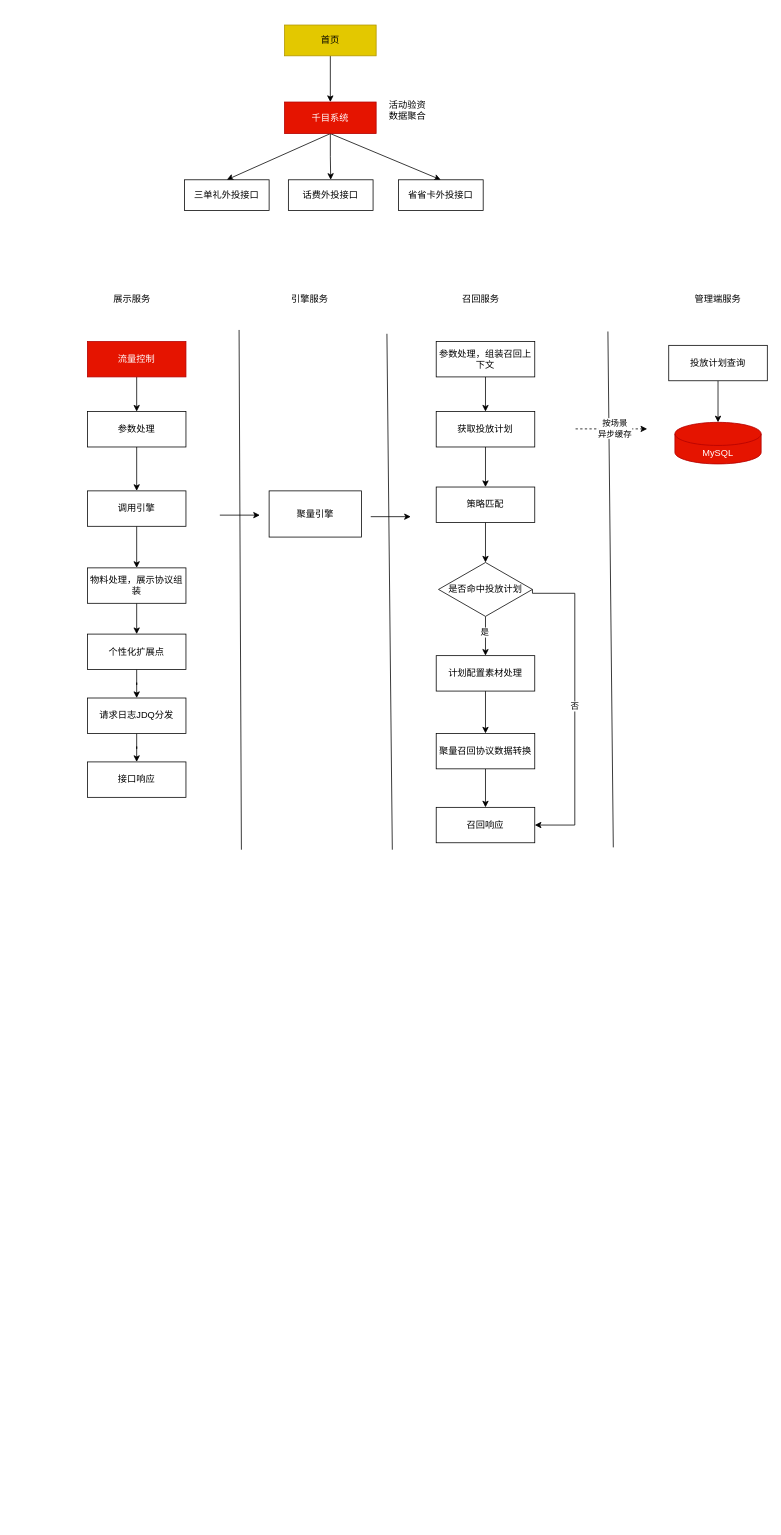
Before: 千目首页楼层外投场景.drawio in BlankKelly/diagrams, a draw.io diagram. Source tidied: cells renumbered, new cells numbered last; positions are measured from the earlier drawing's top-left corner, leaving out a move shared by most shapes. Both pictures are drawn from the tidied source at 77%, with x=0, y=0 at pixel (87, 25).
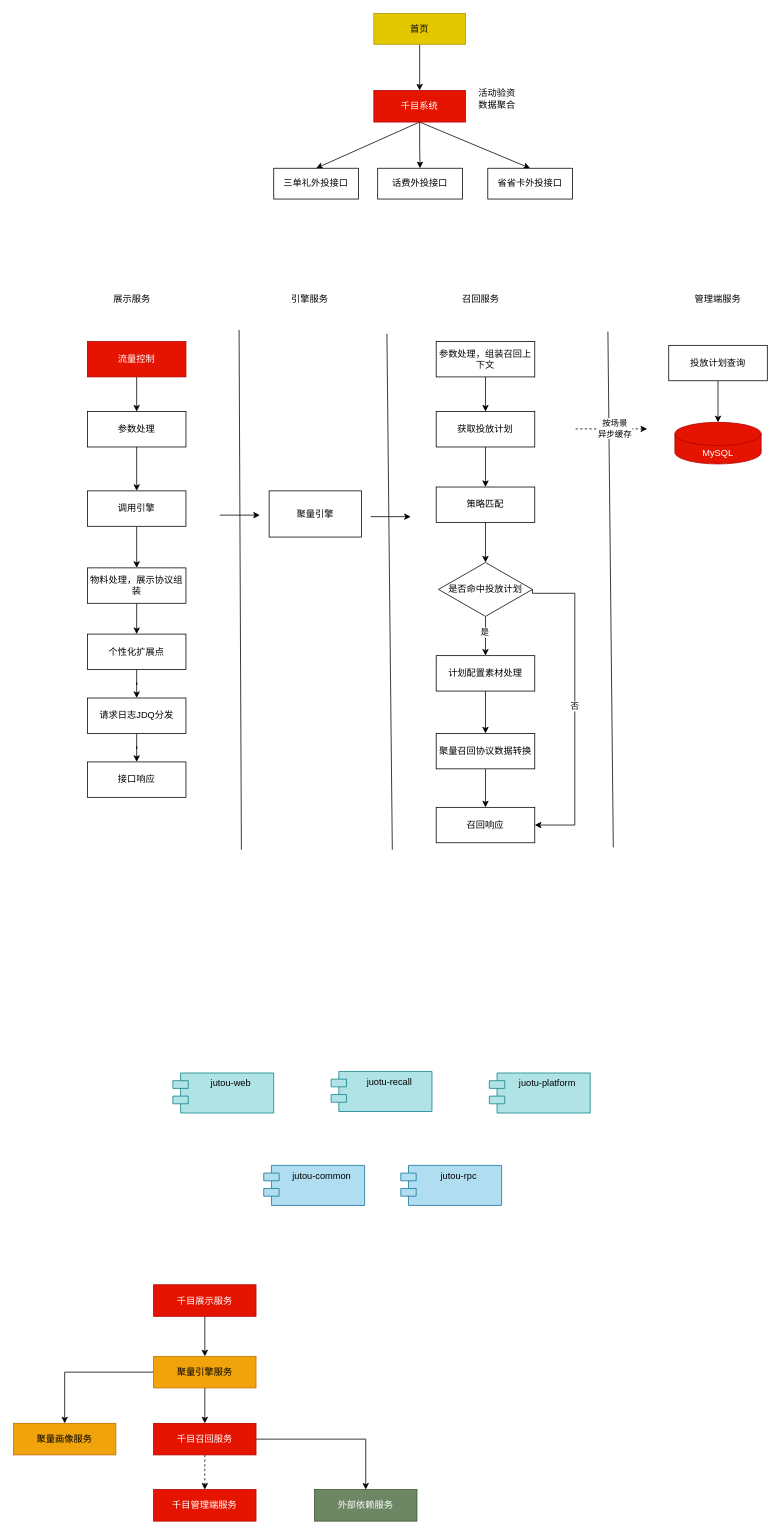
The same diagram, later.

Commit message (it also covers changes not shown here):
更新千目首页楼层外投场景.drawio

Diff of the diagram source:
```diff
@@
     <mxCell id="3" value="首页" style="rounded=0;whiteSpace=wrap;html=1;fillColor=#e3c800;strokeColor=#B09500;fontColor=#000000;" parent="1" vertex="1">
-      <mxGeometry x="256" width="119" height="40" as="geometry" />
+      <mxGeometry x="372" y="-15" width="119" height="40" as="geometry" />
     </mxCell>
@@
     <mxCell id="7" value="千目系统" style="rounded=0;whiteSpace=wrap;html=1;fillColor=#e51400;strokeColor=#B20000;fontColor=#ffffff;" parent="1" vertex="1">
-      <mxGeometry x="256" y="100" width="119" height="41" as="geometry" />
+      <mxGeometry x="372" y="85" width="119" height="41" as="geometry" />
     </mxCell>
     <mxCell id="8" value="三单礼外投接口" style="rounded=0;whiteSpace=wrap;html=1;" parent="1" vertex="1">
-      <mxGeometry x="126" y="201" width="110" height="40" as="geometry" />
+      <mxGeometry x="242" y="186" width="110" height="40" as="geometry" />
     </mxCell>
     <mxCell id="9" value="话费外投接口" style="rounded=0;whiteSpace=wrap;html=1;" parent="1" vertex="1">
-      <mxGeometry x="261" y="201" width="110" height="40" as="geometry" />
+      <mxGeometry x="377" y="186" width="110" height="40" as="geometry" />
     </mxCell>
     <mxCell id="10" value="省省卡外投接口" style="rounded=0;whiteSpace=wrap;html=1;" parent="1" vertex="1">
-      <mxGeometry x="404" y="201" width="110" height="40" as="geometry" />
+      <mxGeometry x="520" y="186" width="110" height="40" as="geometry" />
     </mxCell>
     <mxCell id="11" value="活动验资&lt;br&gt;数据聚合" style="text;html=1;strokeColor=none;fillColor=none;align=center;verticalAlign=middle;whiteSpace=wrap;rounded=0;" parent="1" vertex="1">
-      <mxGeometry x="386" y="96" width="60" height="30" as="geometry" />
+      <mxGeometry x="502" y="81" width="60" height="30" as="geometry" />
     </mxCell>
@@
+    <mxCell id="55" value="jutou-common" style="shape=module;align=left;spacingLeft=20;align=center;verticalAlign=top;whiteSpace=wrap;html=1;fillColor=#b1ddf0;strokeColor=#10739e;" parent="1" vertex="1">
+      <mxGeometry x="229" y="1481" width="131" height="52" as="geometry" />
+    </mxCell>
+    <mxCell id="56" value="jutou-rpc" style="shape=module;align=left;spacingLeft=20;align=center;verticalAlign=top;whiteSpace=wrap;html=1;fillColor=#b1ddf0;strokeColor=#10739e;" parent="1" vertex="1">
+      <mxGeometry x="407" y="1481" width="131" height="52" as="geometry" />
+    </mxCell>
+    <mxCell id="57" value="jutou-web" style="shape=module;align=left;spacingLeft=20;align=center;verticalAlign=top;whiteSpace=wrap;html=1;fillColor=#b0e3e6;strokeColor=#0e8088;" parent="1" vertex="1">
+      <mxGeometry x="111" y="1361" width="131" height="52" as="geometry" />
+    </mxCell>
+    <mxCell id="58" value="juotu-recall" style="shape=module;align=left;spacingLeft=20;align=center;verticalAlign=top;whiteSpace=wrap;html=1;fillColor=#b0e3e6;strokeColor=#0e8088;" parent="1" vertex="1">
+      <mxGeometry x="316.5" y="1359" width="131" height="52" as="geometry" />
+    </mxCell>
+    <mxCell id="59" value="juotu-platform" style="shape=module;align=left;spacingLeft=20;align=center;verticalAlign=top;whiteSpace=wrap;html=1;fillColor=#b0e3e6;strokeColor=#0e8088;" parent="1" vertex="1">
+      <mxGeometry x="522" y="1361" width="131" height="52" as="geometry" />
+    </mxCell>
+    <mxCell id="60" style="edgeStyle=orthogonalEdgeStyle;rounded=0;jettySize=auto;html=1;" parent="1" edge="1" source="61" target="64">
+      <mxGeometry relative="1" as="geometry" />
+    </mxCell>
+    <mxCell id="61" value="千目展示服务" style="rounded=0;whiteSpace=wrap;html=1;fillColor=#e51400;fontColor=#ffffff;strokeColor=#B20000;" parent="1" vertex="1">
+      <mxGeometry x="86" y="1636" width="133" height="41" as="geometry" />
+    </mxCell>
+    <mxCell id="62" style="edgeStyle=orthogonalEdgeStyle;rounded=0;jettySize=auto;html=1;" parent="1" edge="1" source="64" target="67">
+      <mxGeometry relative="1" as="geometry" />
+    </mxCell>
+    <mxCell id="63" style="edgeStyle=orthogonalEdgeStyle;rounded=0;jettySize=auto;html=1;" parent="1" edge="1" source="64" target="70">
+      <mxGeometry relative="1" as="geometry" />
+    </mxCell>
+    <mxCell id="64" value="聚量引擎服务" style="rounded=0;whiteSpace=wrap;html=1;fillColor=#f0a30a;fontColor=#000000;strokeColor=#BD7000;" parent="1" vertex="1">
+      <mxGeometry x="86" y="1729" width="133" height="41" as="geometry" />
+    </mxCell>
+    <mxCell id="65" style="edgeStyle=orthogonalEdgeStyle;rounded=0;jettySize=auto;html=1;dashed=1;" parent="1" edge="1" source="67" target="68">
+      <mxGeometry relative="1" as="geometry" />
+    </mxCell>
+    <mxCell id="66" style="edgeStyle=orthogonalEdgeStyle;rounded=0;jettySize=auto;html=1;entryX=0.5;entryY=0;entryDx=0;entryDy=0;" parent="1" edge="1" source="67" target="69">
+      <mxGeometry relative="1" as="geometry" />
+    </mxCell>
+    <mxCell id="67" value="千目召回服务" style="rounded=0;whiteSpace=wrap;html=1;fillColor=#e51400;fontColor=#ffffff;strokeColor=#B20000;" parent="1" vertex="1">
+      <mxGeometry x="86" y="1816" width="133" height="41" as="geometry" />
+    </mxCell>
+    <mxCell id="68" value="千目管理端服务" style="rounded=0;whiteSpace=wrap;html=1;fillColor=#e51400;fontColor=#ffffff;strokeColor=#B20000;" parent="1" vertex="1">
+      <mxGeometry x="86" y="1902" width="133" height="41" as="geometry" />
+    </mxCell>
+    <mxCell id="69" value="外部依赖服务" style="rounded=0;whiteSpace=wrap;html=1;fillColor=#6d8764;fontColor=#ffffff;strokeColor=#3A5431;" parent="1" vertex="1">
+      <mxGeometry x="295" y="1902" width="133" height="41" as="geometry" />
+    </mxCell>
+    <mxCell id="70" value="聚量画像服务" style="rounded=0;whiteSpace=wrap;html=1;fillColor=#f0a30a;fontColor=#000000;strokeColor=#BD7000;" parent="1" vertex="1">
+      <mxGeometry x="-96" y="1816" width="133" height="41" as="geometry" />
+    </mxCell>
```
